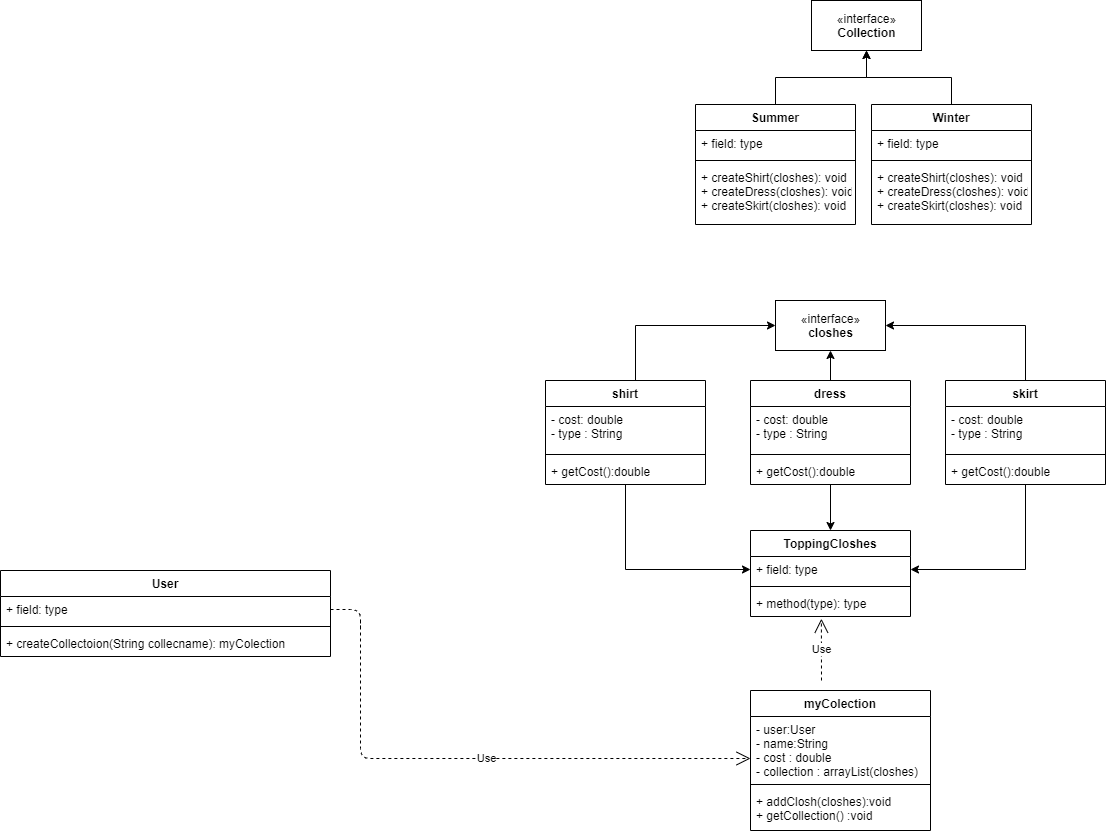
This is diagram1.png from Nmudang/cn332project, a draw.io export, as it was before one commit. Source tidied: cells renumbered, new cells last; positions are measured from the earlier drawing's top-left corner, leaving out a move shared by most shapes. Its diagram source:
```xml
<mxGraphModel>
  <root>
    <mxCell id="0" />
    <mxCell id="1" parent="0" />
    <mxCell id="2" value="«interface»&lt;br&gt;&lt;b&gt;closhes&lt;/b&gt;" style="html=1;" parent="1" vertex="1">
      <mxGeometry x="775" y="300" width="110" height="50" as="geometry" />
    </mxCell>
    <mxCell id="3" style="edgeStyle=orthogonalEdgeStyle;rounded=0;jettySize=auto;html=1;entryX=0;entryY=0.5;entryDx=0;entryDy=0;" parent="1" edge="1" target="2">
      <mxGeometry relative="1" as="geometry">
        <mxPoint x="635" y="400" as="sourcePoint" />
        <Array as="points">
          <mxPoint x="635" y="325" />
        </Array>
      </mxGeometry>
    </mxCell>
    <mxCell id="4" style="edgeStyle=orthogonalEdgeStyle;rounded=0;jettySize=auto;html=1;entryX=0;entryY=0.5;entryDx=0;entryDy=0;" parent="1" edge="1" source="5" target="37">
      <mxGeometry relative="1" as="geometry" />
    </mxCell>
    <mxCell id="5" value="shirt" style="swimlane;fontStyle=1;align=center;verticalAlign=top;horizontal=1;startSize=26;" parent="1" vertex="1">
      <mxGeometry x="545" y="380" width="160" height="104" as="geometry" />
    </mxCell>
    <mxCell id="6" value="- cost: double&#10;- type : String" style="text;strokeColor=none;fillColor=none;align=left;verticalAlign=top;spacingLeft=4;spacingRight=4;overflow=hidden;" parent="5" vertex="1">
      <mxGeometry y="26" width="160" height="44" as="geometry" />
    </mxCell>
    <mxCell id="7" style="line;strokeWidth=1;fillColor=none;align=left;verticalAlign=middle;spacingTop=-1;spacingLeft=3;spacingRight=3;labelPosition=right;" parent="5" vertex="1">
      <mxGeometry y="70" width="160" height="8" as="geometry" />
    </mxCell>
    <mxCell id="8" value="+ getCost():double" style="text;strokeColor=none;fillColor=none;align=left;verticalAlign=top;spacingLeft=4;spacingRight=4;overflow=hidden;" parent="5" vertex="1">
      <mxGeometry y="78" width="160" height="26" as="geometry" />
    </mxCell>
    <mxCell id="9" style="edgeStyle=orthogonalEdgeStyle;rounded=0;jettySize=auto;html=1;entryX=0.5;entryY=1;entryDx=0;entryDy=0;" parent="1" edge="1" target="2">
      <mxGeometry relative="1" as="geometry">
        <mxPoint x="830" y="400" as="sourcePoint" />
      </mxGeometry>
    </mxCell>
    <mxCell id="10" style="edgeStyle=orthogonalEdgeStyle;rounded=0;jettySize=auto;html=1;entryX=0.5;entryY=0;entryDx=0;entryDy=0;" parent="1" edge="1" source="11" target="36">
      <mxGeometry relative="1" as="geometry" />
    </mxCell>
    <mxCell id="11" value="dress" style="swimlane;fontStyle=1;align=center;verticalAlign=top;horizontal=1;startSize=26;" parent="1" vertex="1">
      <mxGeometry x="750" y="380" width="160" height="104" as="geometry" />
    </mxCell>
    <mxCell id="12" value="- cost: double&#10;- type : String" style="text;strokeColor=none;fillColor=none;align=left;verticalAlign=top;spacingLeft=4;spacingRight=4;overflow=hidden;" parent="11" vertex="1">
      <mxGeometry y="26" width="160" height="44" as="geometry" />
    </mxCell>
    <mxCell id="13" style="line;strokeWidth=1;fillColor=none;align=left;verticalAlign=middle;spacingTop=-1;spacingLeft=3;spacingRight=3;labelPosition=right;" parent="11" vertex="1">
      <mxGeometry y="70" width="160" height="8" as="geometry" />
    </mxCell>
    <mxCell id="14" value="+ getCost():double" style="text;strokeColor=none;fillColor=none;align=left;verticalAlign=top;spacingLeft=4;spacingRight=4;overflow=hidden;" parent="11" vertex="1">
      <mxGeometry y="78" width="160" height="26" as="geometry" />
    </mxCell>
    <mxCell id="15" style="edgeStyle=orthogonalEdgeStyle;rounded=0;jettySize=auto;html=1;entryX=1;entryY=0.5;entryDx=0;entryDy=0;" parent="1" edge="1" target="2">
      <mxGeometry relative="1" as="geometry">
        <mxPoint x="1025" y="400" as="sourcePoint" />
        <Array as="points">
          <mxPoint x="1025" y="325" />
        </Array>
      </mxGeometry>
    </mxCell>
    <mxCell id="16" style="edgeStyle=orthogonalEdgeStyle;rounded=0;jettySize=auto;html=1;entryX=1;entryY=0.5;entryDx=0;entryDy=0;" parent="1" edge="1" source="17" target="37">
      <mxGeometry relative="1" as="geometry" />
    </mxCell>
    <mxCell id="17" value="skirt" style="swimlane;fontStyle=1;align=center;verticalAlign=top;horizontal=1;startSize=26;" parent="1" vertex="1">
      <mxGeometry x="945" y="380" width="160" height="104" as="geometry" />
    </mxCell>
    <mxCell id="18" value="- cost: double&#10;- type : String" style="text;strokeColor=none;fillColor=none;align=left;verticalAlign=top;spacingLeft=4;spacingRight=4;overflow=hidden;" parent="17" vertex="1">
      <mxGeometry y="26" width="160" height="44" as="geometry" />
    </mxCell>
    <mxCell id="19" style="line;strokeWidth=1;fillColor=none;align=left;verticalAlign=middle;spacingTop=-1;spacingLeft=3;spacingRight=3;labelPosition=right;" parent="17" vertex="1">
      <mxGeometry y="70" width="160" height="8" as="geometry" />
    </mxCell>
    <mxCell id="20" value="+ getCost():double" style="text;strokeColor=none;fillColor=none;align=left;verticalAlign=top;spacingLeft=4;spacingRight=4;overflow=hidden;" parent="17" vertex="1">
      <mxGeometry y="78" width="160" height="26" as="geometry" />
    </mxCell>
    <mxCell id="21" value="«interface»&lt;br&gt;&lt;b&gt;Collection&lt;/b&gt;" style="html=1;" parent="1" vertex="1">
      <mxGeometry x="811" width="110" height="50" as="geometry" />
    </mxCell>
    <mxCell id="22" style="edgeStyle=orthogonalEdgeStyle;rounded=0;jettySize=auto;html=1;entryX=0.5;entryY=1;entryDx=0;entryDy=0;" parent="1" edge="1" source="23" target="21">
      <mxGeometry relative="1" as="geometry" />
    </mxCell>
    <mxCell id="23" value="Summer" style="swimlane;fontStyle=1;align=center;verticalAlign=top;horizontal=1;startSize=26;" parent="1" vertex="1">
      <mxGeometry x="695" y="104" width="160" height="120" as="geometry" />
    </mxCell>
    <mxCell id="24" value="+ field: type" style="text;strokeColor=none;fillColor=none;align=left;verticalAlign=top;spacingLeft=4;spacingRight=4;overflow=hidden;" parent="23" vertex="1">
      <mxGeometry y="26" width="160" height="26" as="geometry" />
    </mxCell>
    <mxCell id="25" style="line;strokeWidth=1;fillColor=none;align=left;verticalAlign=middle;spacingTop=-1;spacingLeft=3;spacingRight=3;labelPosition=right;" parent="23" vertex="1">
      <mxGeometry y="52" width="160" height="8" as="geometry" />
    </mxCell>
    <mxCell id="26" value="+ createShirt(closhes): void&#10;+ createDress(closhes): void&#10;+ createSkirt(closhes): void" style="text;strokeColor=none;fillColor=none;align=left;verticalAlign=top;spacingLeft=4;spacingRight=4;overflow=hidden;" parent="23" vertex="1">
      <mxGeometry y="60" width="160" height="60" as="geometry" />
    </mxCell>
    <mxCell id="27" style="edgeStyle=orthogonalEdgeStyle;rounded=0;jettySize=auto;html=1;entryX=0.5;entryY=1;entryDx=0;entryDy=0;" parent="1" edge="1" source="28" target="21">
      <mxGeometry relative="1" as="geometry" />
    </mxCell>
    <mxCell id="28" value="Winter" style="swimlane;fontStyle=1;align=center;verticalAlign=top;horizontal=1;startSize=26;" parent="1" vertex="1">
      <mxGeometry x="871" y="104" width="160" height="120" as="geometry" />
    </mxCell>
    <mxCell id="29" value="+ field: type" style="text;strokeColor=none;fillColor=none;align=left;verticalAlign=top;spacingLeft=4;spacingRight=4;overflow=hidden;" parent="28" vertex="1">
      <mxGeometry y="26" width="160" height="26" as="geometry" />
    </mxCell>
    <mxCell id="30" style="line;strokeWidth=1;fillColor=none;align=left;verticalAlign=middle;spacingTop=-1;spacingLeft=3;spacingRight=3;labelPosition=right;" parent="28" vertex="1">
      <mxGeometry y="52" width="160" height="8" as="geometry" />
    </mxCell>
    <mxCell id="31" value="+ createShirt(closhes): void&#10;+ createDress(closhes): void&#10;+ createSkirt(closhes): void" style="text;strokeColor=none;fillColor=none;align=left;verticalAlign=top;spacingLeft=4;spacingRight=4;overflow=hidden;" parent="28" vertex="1">
      <mxGeometry y="60" width="160" height="60" as="geometry" />
    </mxCell>
    <mxCell id="32" value="User" style="swimlane;fontStyle=1;align=center;verticalAlign=top;horizontal=1;startSize=26;" parent="1" vertex="1">
      <mxGeometry y="570" width="330" height="86" as="geometry" />
    </mxCell>
    <mxCell id="33" value="+ field: type" style="text;strokeColor=none;fillColor=none;align=left;verticalAlign=top;spacingLeft=4;spacingRight=4;overflow=hidden;points=[[0,0.5],[1,0.5]];portConstraint=eastwest;" parent="32" vertex="1">
      <mxGeometry y="26" width="330" height="26" as="geometry" />
    </mxCell>
    <mxCell id="34" style="line;strokeWidth=1;fillColor=none;align=left;verticalAlign=middle;spacingTop=-1;spacingLeft=3;spacingRight=3;labelPosition=right;" parent="32" vertex="1">
      <mxGeometry y="52" width="330" height="8" as="geometry" />
    </mxCell>
    <mxCell id="35" value="+ createCollectoion(String collecname): myColection" style="text;strokeColor=none;fillColor=none;align=left;verticalAlign=top;spacingLeft=4;spacingRight=4;overflow=hidden;" parent="32" vertex="1">
      <mxGeometry y="60" width="330" height="26" as="geometry" />
    </mxCell>
    <mxCell id="36" value="ToppingCloshes" style="swimlane;fontStyle=1;align=center;verticalAlign=top;horizontal=1;startSize=26;" parent="1" vertex="1">
      <mxGeometry x="750" y="530" width="160" height="86" as="geometry" />
    </mxCell>
    <mxCell id="37" value="+ field: type" style="text;strokeColor=none;fillColor=none;align=left;verticalAlign=top;spacingLeft=4;spacingRight=4;overflow=hidden;points=[[0,0.5],[1,0.5]];portConstraint=eastwest;" parent="36" vertex="1">
      <mxGeometry y="26" width="160" height="26" as="geometry" />
    </mxCell>
    <mxCell id="38" style="line;strokeWidth=1;fillColor=none;align=left;verticalAlign=middle;spacingTop=-1;spacingLeft=3;spacingRight=3;labelPosition=right;" parent="36" vertex="1">
      <mxGeometry y="52" width="160" height="8" as="geometry" />
    </mxCell>
    <mxCell id="39" value="+ method(type): type" style="text;strokeColor=none;fillColor=none;align=left;verticalAlign=top;spacingLeft=4;spacingRight=4;overflow=hidden;points=[[0,0.5],[1,0.5]];portConstraint=eastwest;" parent="36" vertex="1">
      <mxGeometry y="60" width="160" height="26" as="geometry" />
    </mxCell>
    <mxCell id="40" value="myColection" style="swimlane;fontStyle=1;align=center;verticalAlign=top;horizontal=1;startSize=26;" parent="1" vertex="1">
      <mxGeometry x="750" y="690" width="180" height="140" as="geometry" />
    </mxCell>
    <mxCell id="41" value="- user:User&#10;- name:String&#10;- cost : double&#10;- collection : arrayList(closhes)" style="text;strokeColor=none;fillColor=none;align=left;verticalAlign=top;spacingLeft=4;spacingRight=4;overflow=hidden;fontStyle=0;" parent="40" vertex="1">
      <mxGeometry y="26" width="180" height="64" as="geometry" />
    </mxCell>
    <mxCell id="42" style="line;strokeWidth=1;fillColor=none;align=left;verticalAlign=middle;spacingTop=-1;spacingLeft=3;spacingRight=3;labelPosition=right;" parent="40" vertex="1">
      <mxGeometry y="90" width="180" height="8" as="geometry" />
    </mxCell>
    <mxCell id="43" value="+ addClosh(closhes):void&#10;+ getCollection() :void" style="text;strokeColor=none;fillColor=none;align=left;verticalAlign=top;spacingLeft=4;spacingRight=4;overflow=hidden;" parent="40" vertex="1">
      <mxGeometry y="98" width="180" height="42" as="geometry" />
    </mxCell>
    <mxCell id="44" value="Use" style="endArrow=open;endSize=12;dashed=1;html=1;" parent="1" edge="1">
      <mxGeometry relative="1" as="geometry">
        <mxPoint x="360" y="620" as="sourcePoint" />
        <mxPoint x="750" y="758" as="targetPoint" />
        <Array as="points">
          <mxPoint x="360" y="758" />
        </Array>
      </mxGeometry>
    </mxCell>
    <mxCell id="45" value="Use" style="endArrow=open;endSize=12;dashed=1;html=1;entryX=0.443;entryY=1.085;entryDx=0;entryDy=0;entryPerimeter=0;" parent="1" edge="1" target="39">
      <mxGeometry relative="1" as="geometry">
        <mxPoint x="821" y="680" as="sourcePoint" />
      </mxGeometry>
    </mxCell>
    <mxCell id="46" style="edgeStyle=orthogonalEdgeStyle;rounded=1;jettySize=auto;html=1;endArrow=none;endFill=0;dashed=1;" parent="1" edge="1" source="33">
      <mxGeometry relative="1" as="geometry">
        <mxPoint x="360" y="630" as="targetPoint" />
      </mxGeometry>
    </mxCell>
  </root>
</mxGraphModel>
```
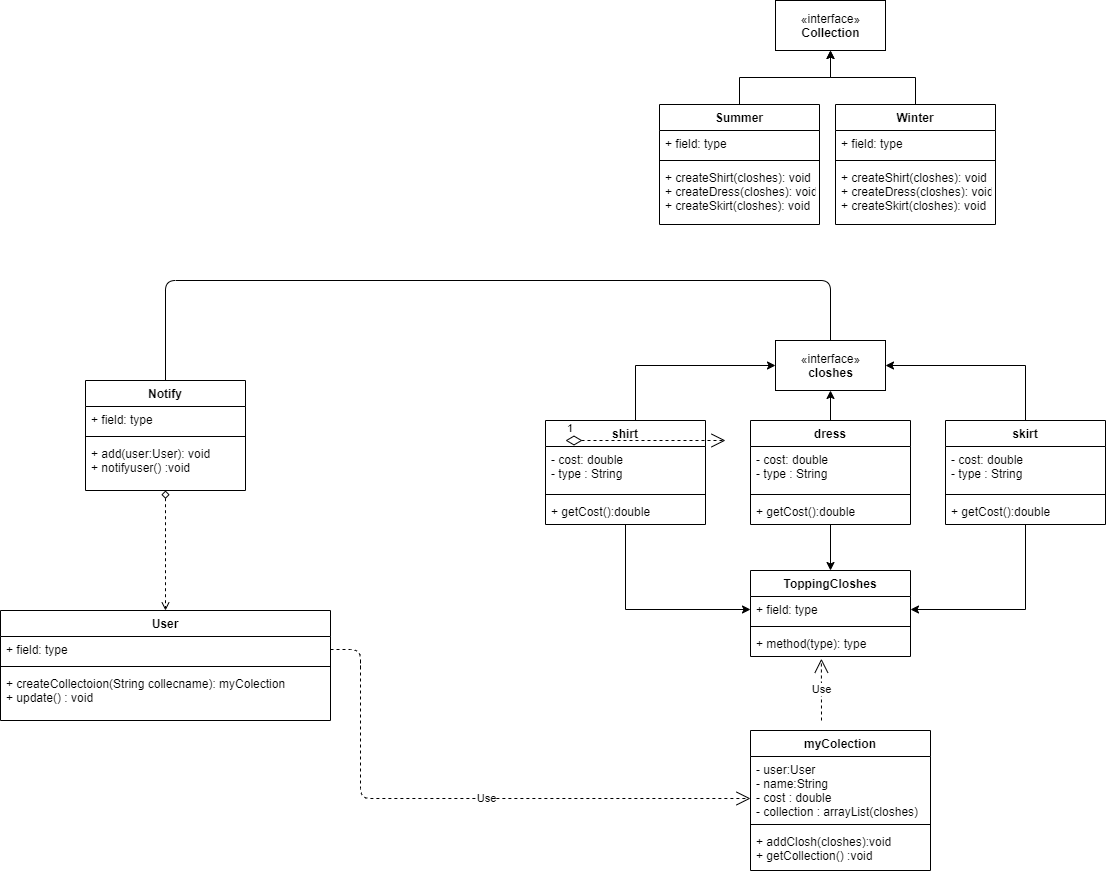
The same file after the commit.

Change to the diagram source:
```diff
@@ -2,6 +2,14 @@
   <root>
     <mxCell id="0" />
     <mxCell id="1" parent="0" />
+    <mxCell id="47" style="edgeStyle=orthogonalEdgeStyle;rounded=1;jettySize=auto;html=1;startArrow=none;startFill=0;endArrow=none;endFill=0;entryX=0.5;entryY=0;entryDx=0;entryDy=0;entryPerimeter=0;" parent="1" edge="1" source="2" target="49">
+      <mxGeometry relative="1" as="geometry">
+        <Array as="points">
+          <mxPoint x="830" y="240" />
+          <mxPoint x="165" y="240" />
+        </Array>
+      </mxGeometry>
+    </mxCell>
     <mxCell id="2" value="«interface»&lt;br&gt;&lt;b&gt;closhes&lt;/b&gt;" style="html=1;" parent="1" vertex="1">
       <mxGeometry x="775" y="300" width="110" height="50" as="geometry" />
     </mxCell>
@@ -72,13 +80,13 @@
       <mxGeometry y="78" width="160" height="26" as="geometry" />
     </mxCell>
     <mxCell id="21" value="«interface»&lt;br&gt;&lt;b&gt;Collection&lt;/b&gt;" style="html=1;" parent="1" vertex="1">
-      <mxGeometry x="811" width="110" height="50" as="geometry" />
+      <mxGeometry x="775" y="-40" width="110" height="50" as="geometry" />
     </mxCell>
     <mxCell id="22" style="edgeStyle=orthogonalEdgeStyle;rounded=0;jettySize=auto;html=1;entryX=0.5;entryY=1;entryDx=0;entryDy=0;" parent="1" edge="1" source="23" target="21">
       <mxGeometry relative="1" as="geometry" />
     </mxCell>
     <mxCell id="23" value="Summer" style="swimlane;fontStyle=1;align=center;verticalAlign=top;horizontal=1;startSize=26;" parent="1" vertex="1">
-      <mxGeometry x="695" y="104" width="160" height="120" as="geometry" />
+      <mxGeometry x="659" y="64" width="160" height="120" as="geometry" />
     </mxCell>
     <mxCell id="24" value="+ field: type" style="text;strokeColor=none;fillColor=none;align=left;verticalAlign=top;spacingLeft=4;spacingRight=4;overflow=hidden;" parent="23" vertex="1">
       <mxGeometry y="26" width="160" height="26" as="geometry" />
@@ -93,7 +101,7 @@
       <mxGeometry relative="1" as="geometry" />
     </mxCell>
     <mxCell id="28" value="Winter" style="swimlane;fontStyle=1;align=center;verticalAlign=top;horizontal=1;startSize=26;" parent="1" vertex="1">
-      <mxGeometry x="871" y="104" width="160" height="120" as="geometry" />
+      <mxGeometry x="835" y="64" width="160" height="120" as="geometry" />
     </mxCell>
     <mxCell id="29" value="+ field: type" style="text;strokeColor=none;fillColor=none;align=left;verticalAlign=top;spacingLeft=4;spacingRight=4;overflow=hidden;" parent="28" vertex="1">
       <mxGeometry y="26" width="160" height="26" as="geometry" />
@@ -105,7 +113,7 @@
       <mxGeometry y="60" width="160" height="60" as="geometry" />
     </mxCell>
     <mxCell id="32" value="User" style="swimlane;fontStyle=1;align=center;verticalAlign=top;horizontal=1;startSize=26;" parent="1" vertex="1">
-      <mxGeometry y="570" width="330" height="86" as="geometry" />
+      <mxGeometry y="570" width="330" height="110" as="geometry" />
     </mxCell>
     <mxCell id="33" value="+ field: type" style="text;strokeColor=none;fillColor=none;align=left;verticalAlign=top;spacingLeft=4;spacingRight=4;overflow=hidden;points=[[0,0.5],[1,0.5]];portConstraint=eastwest;" parent="32" vertex="1">
       <mxGeometry y="26" width="330" height="26" as="geometry" />
@@ -113,8 +121,8 @@
     <mxCell id="34" style="line;strokeWidth=1;fillColor=none;align=left;verticalAlign=middle;spacingTop=-1;spacingLeft=3;spacingRight=3;labelPosition=right;" parent="32" vertex="1">
       <mxGeometry y="52" width="330" height="8" as="geometry" />
     </mxCell>
-    <mxCell id="35" value="+ createCollectoion(String collecname): myColection" style="text;strokeColor=none;fillColor=none;align=left;verticalAlign=top;spacingLeft=4;spacingRight=4;overflow=hidden;" parent="32" vertex="1">
-      <mxGeometry y="60" width="330" height="26" as="geometry" />
+    <mxCell id="35" value="+ createCollectoion(String collecname): myColection&#10;+ update() : void" style="text;strokeColor=none;fillColor=none;align=left;verticalAlign=top;spacingLeft=4;spacingRight=4;overflow=hidden;" parent="32" vertex="1">
+      <mxGeometry y="60" width="330" height="50" as="geometry" />
     </mxCell>
     <mxCell id="36" value="ToppingCloshes" style="swimlane;fontStyle=1;align=center;verticalAlign=top;horizontal=1;startSize=26;" parent="1" vertex="1">
       <mxGeometry x="750" y="530" width="160" height="86" as="geometry" />
@@ -159,5 +167,26 @@
         <mxPoint x="360" y="630" as="targetPoint" />
       </mxGeometry>
     </mxCell>
+    <mxCell id="48" style="edgeStyle=orthogonalEdgeStyle;rounded=1;jettySize=auto;html=1;dashed=1;endArrow=open;endFill=0;startArrow=diamond;startFill=0;entryX=0.5;entryY=0;entryDx=0;entryDy=0;" parent="1" edge="1" source="49" target="32">
+      <mxGeometry relative="1" as="geometry" />
+    </mxCell>
+    <mxCell id="49" value="Notify" style="swimlane;fontStyle=1;align=center;verticalAlign=top;horizontal=1;startSize=26;" parent="1" vertex="1">
+      <mxGeometry x="85" y="340" width="160" height="110" as="geometry" />
+    </mxCell>
+    <mxCell id="50" value="+ field: type" style="text;strokeColor=none;fillColor=none;align=left;verticalAlign=top;spacingLeft=4;spacingRight=4;overflow=hidden;" parent="49" vertex="1">
+      <mxGeometry y="26" width="160" height="26" as="geometry" />
+    </mxCell>
+    <mxCell id="51" style="line;strokeWidth=1;fillColor=none;align=left;verticalAlign=middle;spacingTop=-1;spacingLeft=3;spacingRight=3;labelPosition=right;" parent="49" vertex="1">
+      <mxGeometry y="52" width="160" height="8" as="geometry" />
+    </mxCell>
+    <mxCell id="52" value="+ add(user:User): void&#10;+ notifyuser() :void" style="text;strokeColor=none;fillColor=none;align=left;verticalAlign=top;spacingLeft=4;spacingRight=4;overflow=hidden;" parent="49" vertex="1">
+      <mxGeometry y="60" width="160" height="50" as="geometry" />
+    </mxCell>
+    <mxCell id="53" value="1" style="endArrow=open;html=1;endSize=12;startArrow=diamondThin;startSize=14;startFill=0;edgeStyle=orthogonalEdgeStyle;align=left;verticalAlign=bottom;dashed=1;" parent="1" edge="1">
+      <mxGeometry x="-1" y="3" relative="1" as="geometry">
+        <mxPoint x="565" y="400" as="sourcePoint" />
+        <mxPoint x="725" y="400" as="targetPoint" />
+      </mxGeometry>
+    </mxCell>
   </root>
 </mxGraphModel>
```
